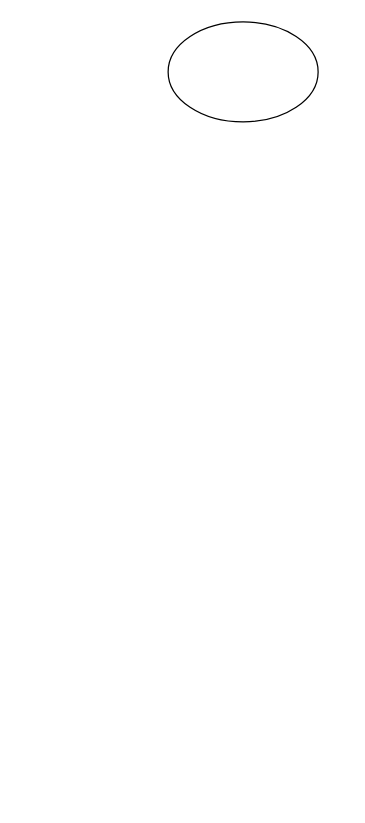
Na1goso/proyectoDemoCursoPrework keeps this draw.io diagram as Untitled Diagram.drawio. Above is the earlier version. Source tidied: cells renumbered, new cells numbered last; positions are measured from the earlier drawing's top-left corner, leaving out a move shared by most shapes. Both pictures are drawn from the tidied source at 125%, with x=0, y=0 at pixel (168, 21).
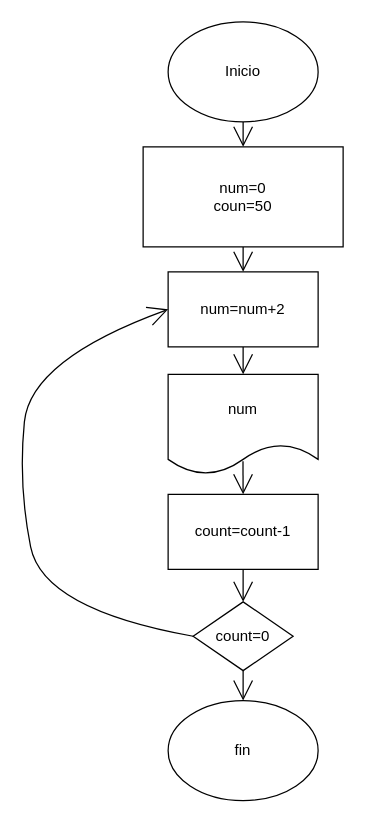
The same diagram, later.

The edit, as a diff of the source:
```diff
@@
 <mxGraphModel>
   <root>
     <mxCell id="0" />
     <mxCell id="1" parent="0" />
-    <mxCell id="2" style="ellipse;whiteSpace=wrap;html=1;" parent="1" vertex="1">
+    <mxCell id="2" value="Inicio" style="ellipse;whiteSpace=wrap;html=1;" parent="1" vertex="1">
       <mxGeometry width="120" height="80" as="geometry" />
     </mxCell>
+    <mxCell id="3" value="num=0&lt;br&gt;coun=50" style="rounded=0;whiteSpace=wrap;html=1;hachureGap=4;" parent="1" vertex="1">
+      <mxGeometry x="-20" y="100" width="160" height="80" as="geometry" />
+    </mxCell>
+    <mxCell id="4" value="num" style="shape=document;whiteSpace=wrap;html=1;boundedLbl=1;hachureGap=4;" parent="1" vertex="1">
+      <mxGeometry y="282" width="120" height="80" as="geometry" />
+    </mxCell>
+    <mxCell id="5" value="count=count-1" style="rounded=0;whiteSpace=wrap;html=1;hachureGap=4;" parent="1" vertex="1">
+      <mxGeometry y="378" width="120" height="60" as="geometry" />
+    </mxCell>
+    <mxCell id="6" value="count=0" style="rhombus;whiteSpace=wrap;html=1;hachureGap=4;" parent="1" vertex="1">
+      <mxGeometry x="20" y="464" width="80" height="55" as="geometry" />
+    </mxCell>
+    <mxCell id="7" value="num=num+2" style="rounded=0;whiteSpace=wrap;html=1;hachureGap=4;" parent="1" vertex="1">
+      <mxGeometry y="200" width="120" height="60" as="geometry" />
+    </mxCell>
+    <mxCell id="8" style="edgeStyle=none;jettySize=auto;html=1;rounded=0;endArrow=open;startSize=14;endSize=14;sourcePerimeterSpacing=8;targetPerimeterSpacing=8;curved=1;exitX=0.5;exitY=1;exitDx=0;exitDy=0;entryX=0.5;entryY=0;entryDx=0;entryDy=0;" parent="1" edge="1" source="3" target="7">
+      <mxGeometry relative="1" as="geometry" />
+    </mxCell>
+    <mxCell id="9" style="edgeStyle=none;jettySize=auto;html=1;rounded=0;endArrow=open;startSize=14;endSize=14;sourcePerimeterSpacing=8;targetPerimeterSpacing=8;curved=1;exitX=0.5;exitY=1;exitDx=0;exitDy=0;entryX=0.5;entryY=0;entryDx=0;entryDy=0;" parent="1" edge="1" source="2" target="3">
+      <mxGeometry relative="1" as="geometry" />
+    </mxCell>
+    <mxCell id="10" style="edgeStyle=none;jettySize=auto;html=1;rounded=0;endArrow=open;startSize=14;endSize=14;sourcePerimeterSpacing=8;targetPerimeterSpacing=8;curved=1;exitX=0.5;exitY=1;exitDx=0;exitDy=0;entryX=0.5;entryY=0;entryDx=0;entryDy=0;" parent="1" edge="1" source="7" target="4">
+      <mxGeometry relative="1" as="geometry" />
+    </mxCell>
+    <mxCell id="11" style="edgeStyle=none;jettySize=auto;html=1;rounded=0;endArrow=open;startSize=14;endSize=14;sourcePerimeterSpacing=8;targetPerimeterSpacing=8;curved=1;exitX=0.499;exitY=0.868;exitDx=0;exitDy=0;exitPerimeter=0;entryX=0.5;entryY=0;entryDx=0;entryDy=0;" parent="1" edge="1" source="4" target="5">
+      <mxGeometry relative="1" as="geometry" />
+    </mxCell>
+    <mxCell id="12" style="edgeStyle=none;jettySize=auto;html=1;rounded=0;endArrow=open;startSize=14;endSize=14;sourcePerimeterSpacing=8;targetPerimeterSpacing=8;curved=1;exitX=0.5;exitY=1;exitDx=0;exitDy=0;entryX=0.5;entryY=0;entryDx=0;entryDy=0;" parent="1" edge="1" source="5" target="6">
+      <mxGeometry relative="1" as="geometry" />
+    </mxCell>
+    <mxCell id="13" style="edgeStyle=none;jettySize=auto;html=1;rounded=0;endArrow=open;startSize=14;endSize=14;sourcePerimeterSpacing=8;targetPerimeterSpacing=8;curved=1;exitX=0;exitY=0.5;exitDx=0;exitDy=0;entryX=0;entryY=0.5;entryDx=0;entryDy=0;" parent="1" edge="1" source="6" target="7">
+      <mxGeometry relative="1" as="geometry">
+        <Array as="points">
+          <mxPoint x="-100" y="470" />
+          <mxPoint x="-120" y="370" />
+          <mxPoint x="-110" y="270" />
+        </Array>
+      </mxGeometry>
+    </mxCell>
+    <mxCell id="14" value="fin" style="ellipse;whiteSpace=wrap;html=1;hachureGap=4;" parent="1" vertex="1">
+      <mxGeometry y="543" width="120" height="80" as="geometry" />
+    </mxCell>
+    <mxCell id="15" style="edgeStyle=none;jettySize=auto;html=1;rounded=0;endArrow=open;startSize=14;endSize=14;sourcePerimeterSpacing=8;targetPerimeterSpacing=8;curved=1;exitX=0.5;exitY=1;exitDx=0;exitDy=0;entryX=0.5;entryY=0;entryDx=0;entryDy=0;" parent="1" edge="1" source="6" target="14">
+      <mxGeometry relative="1" as="geometry" />
+    </mxCell>
   </root>
 </mxGraphModel>
```
